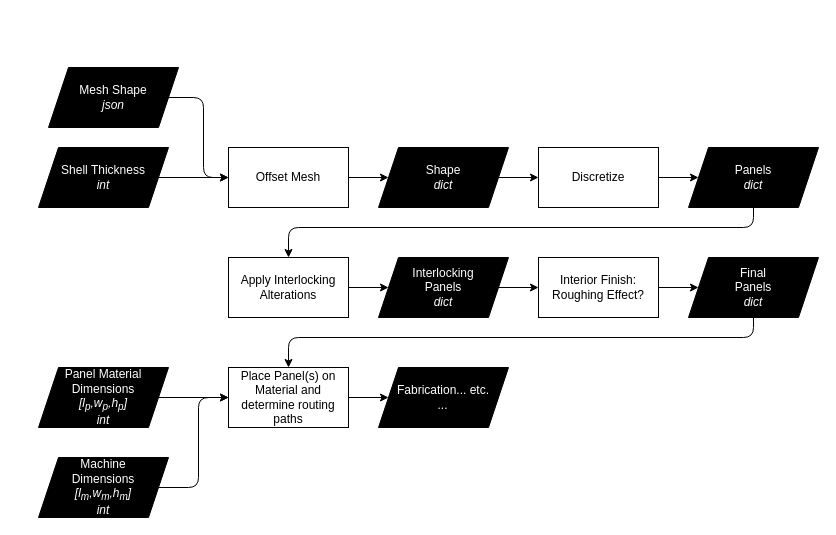
The draw.io diagram img/subtractive.drawio in BRG-teaching/CSD2_2022, before the edit. Source tidied: cells renumbered, new cells numbered last; positions are measured from the earlier drawing's top-left corner, leaving out a move shared by most shapes. Both pictures are drawn from the tidied source at 100%, with x=0, y=0 at pixel (38, 67).
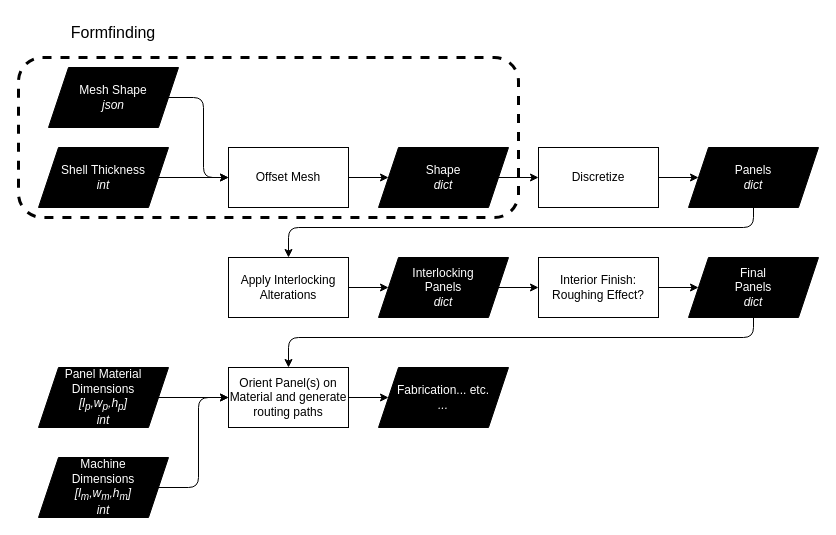
The same page after the edit.

Commit message (it also covers changes not shown here):
Updates to diagram and added jupyter notebook to yml file

The edit, as a diff of the source:
```diff
@@
-    <mxCell id="23" value="Place Panel(s) on Material and determine routing paths" style="rounded=0;whiteSpace=wrap;html=1;" parent="1" vertex="1">
+    <mxCell id="23" value="Orient Panel(s) on Material and generate routing paths" style="rounded=0;whiteSpace=wrap;html=1;" parent="1" vertex="1">
       <mxGeometry x="190" y="300" width="120" height="60" as="geometry" />
     </mxCell>
@@
+    <mxCell id="29" style="rounded=1;whiteSpace=wrap;html=1;fillColor=none;strokeColor=#000000;dashed=1;strokeWidth=3;" parent="1" vertex="1">
+      <mxGeometry x="-20" y="-10" width="500" height="160" as="geometry" />
+    </mxCell>
+    <mxCell id="30" value="&lt;font color=&quot;#000000&quot; style=&quot;font-size: 16px&quot;&gt;Formfinding&lt;/font&gt;" style="text;html=1;strokeColor=none;fillColor=none;align=center;verticalAlign=middle;whiteSpace=wrap;rounded=0;dashed=1;" parent="1" vertex="1">
+      <mxGeometry x="-20" y="-50" width="190" height="30" as="geometry" />
+    </mxCell>
```
